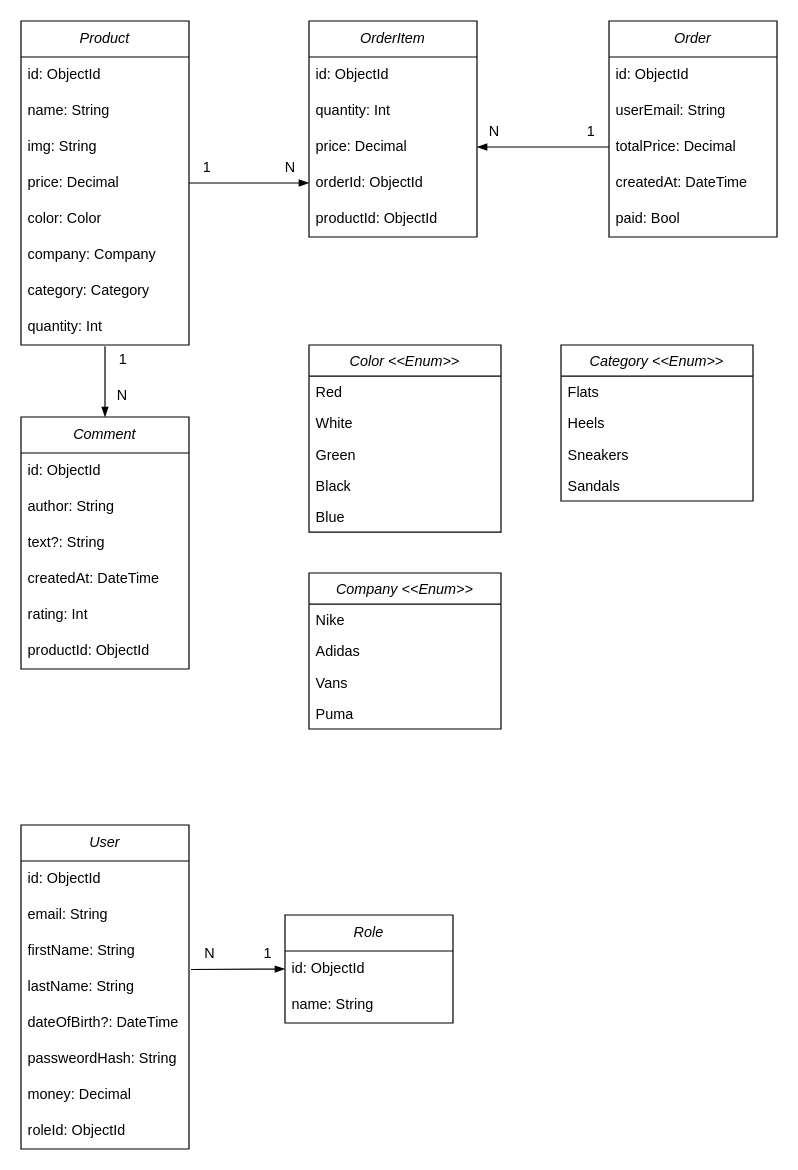
Above: class_diagram.drawio in kamil-caly/Shop_MVC (draw.io), before the change. Source tidied: cells renumbered, new cells numbered last; positions are measured from the earlier drawing's top-left corner, leaving out a move shared by most shapes. Both pictures are drawn from the tidied source at 120%, with x=0, y=0 at pixel (20, 20).
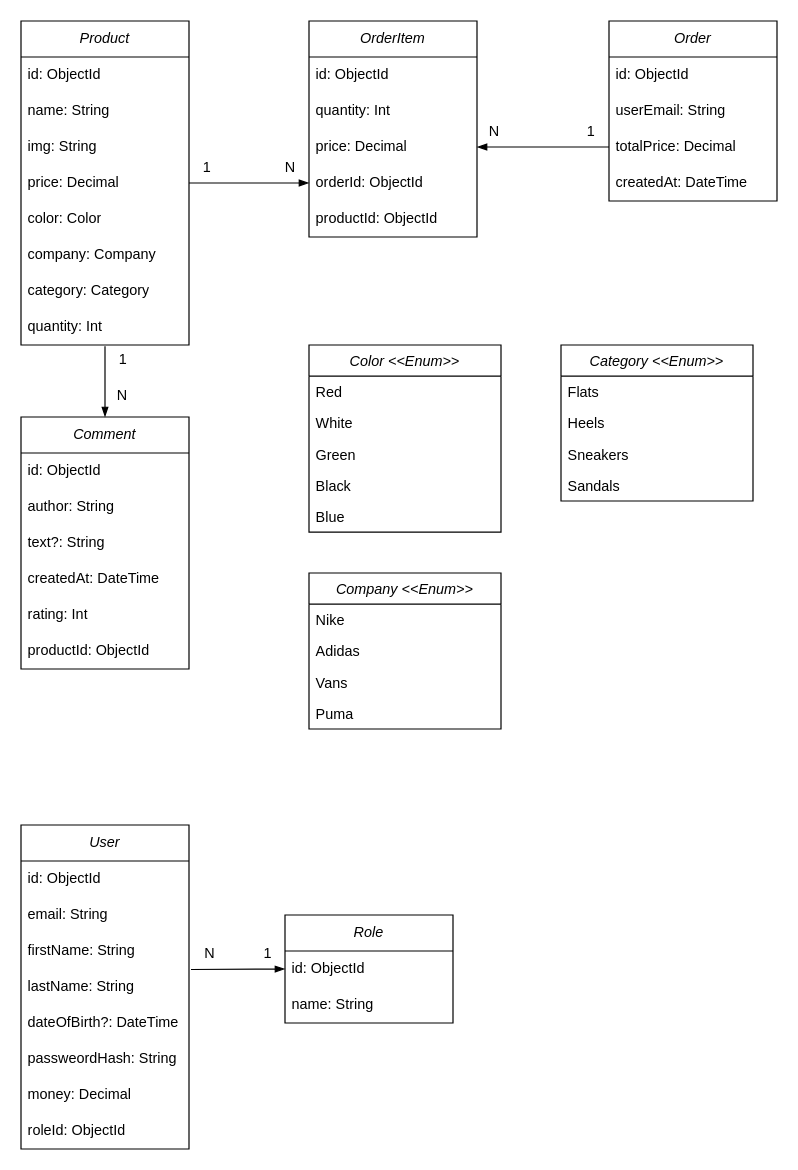
After the change.

The edit, as a diff of the source:
```diff
@@
     <mxCell id="21" value="&lt;i&gt;Order&lt;/i&gt;" style="swimlane;fontStyle=0;horizontal=1;startSize=30;whiteSpace=wrap;html=1;" parent="1" vertex="1">
-      <mxGeometry x="490" width="140" height="180" as="geometry" />
+      <mxGeometry x="490" width="140" height="150" as="geometry" />
     </mxCell>
@@
-    <mxCell id="26" value="paid: Bool" style="text;strokeColor=none;fillColor=none;align=left;verticalAlign=middle;spacingLeft=4;spacingRight=4;overflow=hidden;whiteSpace=wrap;html=1;" parent="21" vertex="1">
-      <mxGeometry y="150" width="140" height="30" as="geometry" />
-    </mxCell>
```
